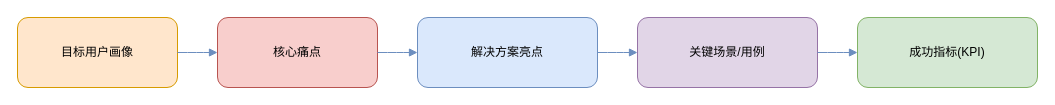
xiqing21/smart-report keeps this draw.io diagram as reporting/产品故事-流程图.drawio. Above is the earlier version. Source tidied: cells renumbered, new cells numbered last; positions are measured from the earlier drawing's top-left corner, leaving out a move shared by most shapes. Both pictures are drawn from the tidied source at 100%, with x=0, y=0 at pixel (17, 17).
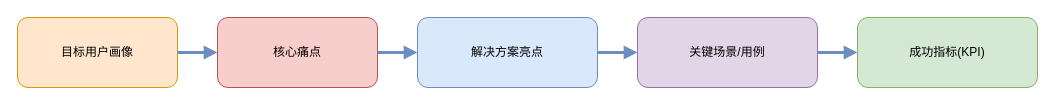
The same diagram, later.

The edit, as a diff of the source:
```diff
@@
 <mxGraphModel>
   <root>
     <mxCell id="0" />
     <mxCell id="1" parent="0" />
     <mxCell id="2" value="目标用户画像" style="rounded=1;whiteSpace=wrap;html=1;fillColor=#ffe6cc;strokeColor=#d79b00;" parent="1" vertex="1">
       <mxGeometry width="160" height="70" as="geometry" />
     </mxCell>
     <mxCell id="3" value="核心痛点" style="rounded=1;whiteSpace=wrap;html=1;fillColor=#f8cecc;strokeColor=#b85450;" parent="1" vertex="1">
       <mxGeometry x="200" width="160" height="70" as="geometry" />
     </mxCell>
     <mxCell id="4" value="解决方案亮点" style="rounded=1;whiteSpace=wrap;html=1;fillColor=#dae8fc;strokeColor=#6c8ebf;" parent="1" vertex="1">
       <mxGeometry x="400" width="180" height="70" as="geometry" />
     </mxCell>
     <mxCell id="5" value="关键场景/用例" style="rounded=1;whiteSpace=wrap;html=1;fillColor=#e1d5e7;strokeColor=#9673a6;" parent="1" vertex="1">
       <mxGeometry x="620" width="180" height="70" as="geometry" />
     </mxCell>
     <mxCell id="6" value="成功指标(KPI)" style="rounded=1;whiteSpace=wrap;html=1;fillColor=#d5e8d4;strokeColor=#82b366;" parent="1" vertex="1">
       <mxGeometry x="840" width="180" height="70" as="geometry" />
     </mxCell>
-    <mxCell id="7" style="edgeStyle=elbowEdgeStyle;rounded=1;endArrow=block;html=1;strokeColor=#6c8ebf;" parent="1" edge="1" source="2" target="3">
+    <mxCell id="7" style="edgeStyle=elbowEdgeStyle;rounded=1;endArrow=block;html=1;strokeColor=#6c8ebf;flowAnimation=1;strokeWidth=3;" parent="1" edge="1" source="2" target="3">
       <mxGeometry relative="1" as="geometry" />
     </mxCell>
-    <mxCell id="8" style="edgeStyle=elbowEdgeStyle;rounded=1;endArrow=block;html=1;strokeColor=#6c8ebf;" parent="1" edge="1" source="3" target="4">
+    <mxCell id="8" style="edgeStyle=elbowEdgeStyle;rounded=1;endArrow=block;html=1;strokeColor=#6c8ebf;flowAnimation=1;strokeWidth=3;" parent="1" edge="1" source="3" target="4">
       <mxGeometry relative="1" as="geometry" />
     </mxCell>
-    <mxCell id="9" style="edgeStyle=elbowEdgeStyle;rounded=1;endArrow=block;html=1;strokeColor=#6c8ebf;" parent="1" edge="1" source="4" target="5">
+    <mxCell id="9" style="edgeStyle=elbowEdgeStyle;rounded=1;endArrow=block;html=1;strokeColor=#6c8ebf;flowAnimation=1;strokeWidth=3;" parent="1" edge="1" source="4" target="5">
       <mxGeometry relative="1" as="geometry" />
     </mxCell>
-    <mxCell id="10" style="edgeStyle=elbowEdgeStyle;rounded=1;endArrow=block;html=1;strokeColor=#6c8ebf;" parent="1" edge="1" source="5" target="6">
+    <mxCell id="10" style="edgeStyle=elbowEdgeStyle;rounded=1;endArrow=block;html=1;strokeColor=#6c8ebf;flowAnimation=1;strokeWidth=3;" parent="1" edge="1" source="5" target="6">
       <mxGeometry relative="1" as="geometry" />
     </mxCell>
   </root>
 </mxGraphModel>
```
